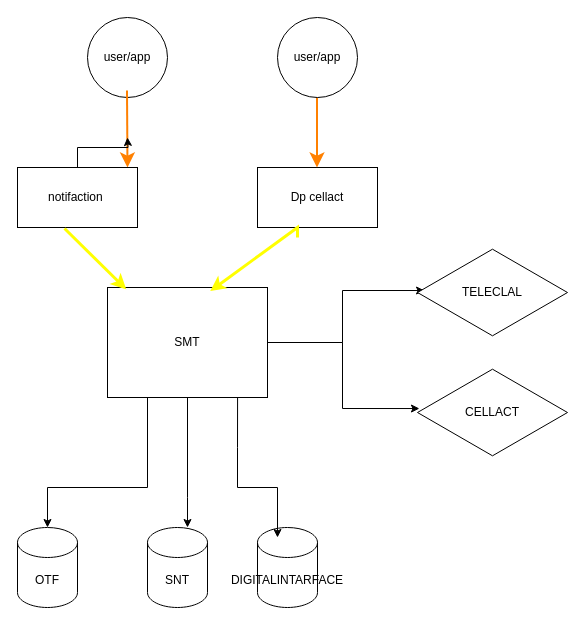
Before: Untitled Diagram.drawio in racheliWeiss/draw.io, a draw.io diagram. Source tidied: cells renumbered, new cells numbered last; positions are measured from the earlier drawing's top-left corner, leaving out a move shared by most shapes. Both pictures are drawn from the tidied source at 100%, with x=0, y=0 at pixel (17, 17).
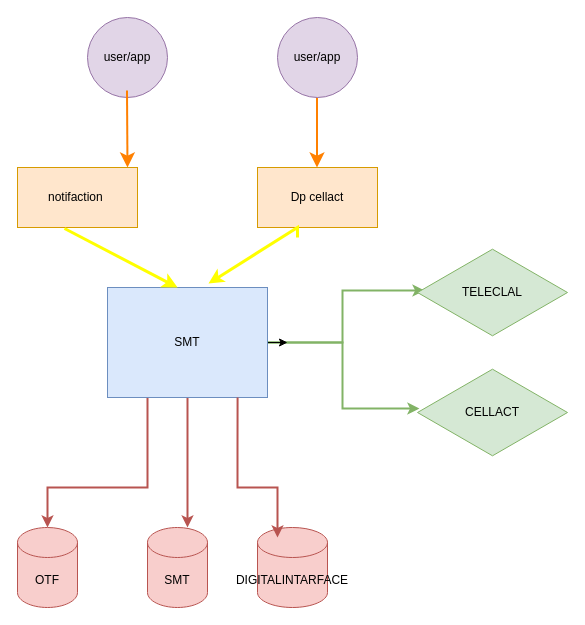
The same page after the edit.

What changed in the source:
```diff
@@
-    <mxCell id="2" value="OTF" style="shape=cylinder3;whiteSpace=wrap;html=1;boundedLbl=1;backgroundOutline=1;size=15;" parent="1" vertex="1">
+    <mxCell id="2" value="OTF" style="shape=cylinder3;whiteSpace=wrap;html=1;boundedLbl=1;backgroundOutline=1;size=15;fillColor=#f8cecc;strokeColor=#b85450;" parent="1" vertex="1">
       <mxGeometry y="510" width="60" height="80" as="geometry" />
     </mxCell>
-    <mxCell id="3" value="user/app" style="ellipse;whiteSpace=wrap;html=1;" parent="1" vertex="1">
+    <mxCell id="3" value="user/app" style="ellipse;whiteSpace=wrap;html=1;fillColor=#e1d5e7;strokeColor=#9673a6;" parent="1" vertex="1">
       <mxGeometry x="70" width="80" height="80" as="geometry" />
     </mxCell>
@@
-    <mxCell id="5" style="edgeStyle=orthogonalEdgeStyle;rounded=0;jettySize=auto;html=1;" parent="1" edge="1" source="6">
-      <mxGeometry relative="1" as="geometry">
-        <mxPoint x="110" y="120" as="targetPoint" />
-      </mxGeometry>
-    </mxCell>
-    <mxCell id="6" value="notifaction&amp;nbsp;" style="rounded=0;whiteSpace=wrap;html=1;" parent="1" vertex="1">
+    <mxCell id="6" value="notifaction&amp;nbsp;" style="rounded=0;whiteSpace=wrap;html=1;fillColor=#ffe6cc;strokeColor=#d79b00;" parent="1" vertex="1">
       <mxGeometry y="150" width="120" height="60" as="geometry" />
     </mxCell>
-    <mxCell id="7" value="Dp cellact" style="rounded=0;whiteSpace=wrap;html=1;" parent="1" vertex="1">
+    <mxCell id="7" value="Dp cellact" style="rounded=0;whiteSpace=wrap;html=1;fillColor=#ffe6cc;strokeColor=#d79b00;" parent="1" vertex="1">
       <mxGeometry x="240" y="150" width="120" height="60" as="geometry" />
     </mxCell>
@@
-    <mxCell id="9" style="edgeStyle=orthogonalEdgeStyle;rounded=0;jettySize=auto;html=1;entryX=0.013;entryY=0.456;entryDx=0;entryDy=0;entryPerimeter=0;" parent="1" edge="1" source="13" target="20">
+    <mxCell id="9" style="edgeStyle=orthogonalEdgeStyle;rounded=0;jettySize=auto;html=1;entryX=0.013;entryY=0.456;entryDx=0;entryDy=0;entryPerimeter=0;fillColor=#d5e8d4;gradientColor=#97d077;strokeColor=#82b366;strokeWidth=2;" parent="1" edge="1" source="13" target="20">
       <mxGeometry relative="1" as="geometry" />
     </mxCell>
-    <mxCell id="10" style="edgeStyle=orthogonalEdgeStyle;rounded=0;jettySize=auto;html=1;entryX=0.047;entryY=0.478;entryDx=0;entryDy=0;entryPerimeter=0;" parent="1" edge="1" source="13" target="19">
+    <mxCell id="10" style="edgeStyle=orthogonalEdgeStyle;rounded=0;jettySize=auto;html=1;entryX=0.047;entryY=0.478;entryDx=0;entryDy=0;entryPerimeter=0;fillColor=#d5e8d4;gradientColor=#97d077;strokeColor=#82b366;strokeWidth=2;" parent="1" edge="1" source="13" target="19">
       <mxGeometry relative="1" as="geometry" />
     </mxCell>
-    <mxCell id="11" style="edgeStyle=orthogonalEdgeStyle;rounded=0;jettySize=auto;html=1;exitX=0.25;exitY=1;exitDx=0;exitDy=0;entryX=0.5;entryY=0;entryDx=0;entryDy=0;entryPerimeter=0;" parent="1" edge="1" source="13" target="2">
+    <mxCell id="11" style="edgeStyle=orthogonalEdgeStyle;rounded=0;jettySize=auto;html=1;exitX=0.25;exitY=1;exitDx=0;exitDy=0;entryX=0.5;entryY=0;entryDx=0;entryDy=0;entryPerimeter=0;fillColor=#f8cecc;gradientColor=#ea6b66;strokeColor=#b85450;strokeWidth=2;" parent="1" edge="1" source="13" target="2">
       <mxGeometry relative="1" as="geometry">
         <Array as="points">
           <mxPoint x="130" y="470" />
           <mxPoint x="30" y="470" />
         </Array>
       </mxGeometry>
     </mxCell>
-    <mxCell id="12" style="edgeStyle=orthogonalEdgeStyle;rounded=0;jettySize=auto;html=1;exitX=0.5;exitY=1;exitDx=0;exitDy=0;" parent="1" edge="1" source="13" target="18">
+    <mxCell id="12" style="edgeStyle=orthogonalEdgeStyle;rounded=0;jettySize=auto;html=1;exitX=0.5;exitY=1;exitDx=0;exitDy=0;fillColor=#f8cecc;gradientColor=#ea6b66;strokeColor=#b85450;strokeWidth=2;" parent="1" edge="1" source="13" target="18">
       <mxGeometry relative="1" as="geometry">
         <Array as="points">
           <mxPoint x="170" y="480" />
           <mxPoint x="170" y="480" />
         </Array>
       </mxGeometry>
     </mxCell>
+    <mxCell id="22" style="edgeStyle=orthogonalEdgeStyle;rounded=0;jettySize=auto;html=1;" parent="1" edge="1" source="13">
+      <mxGeometry relative="1" as="geometry">
+        <mxPoint x="270" y="325" as="targetPoint" />
+      </mxGeometry>
+    </mxCell>
-    <mxCell id="13" value="SMT" style="rounded=0;whiteSpace=wrap;html=1;" parent="1" vertex="1">
+    <mxCell id="13" value="SMT" style="rounded=0;whiteSpace=wrap;html=1;fillColor=#dae8fc;strokeColor=#6c8ebf;" parent="1" vertex="1">
       <mxGeometry x="90" y="270" width="160" height="110" as="geometry" />
     </mxCell>
-    <mxCell id="14" style="endArrow=classic;html=1;rounded=0;exitX=0.392;exitY=1.017;exitDx=0;exitDy=0;exitPerimeter=0;entryX=0.117;entryY=0.017;entryDx=0;entryDy=0;entryPerimeter=0;strokeWidth=3;strokeColor=#FFFF00;" parent="1" edge="1" source="6" target="13">
+    <mxCell id="14" style="endArrow=classic;html=1;rounded=0;exitX=0.392;exitY=1.017;exitDx=0;exitDy=0;exitPerimeter=0;entryX=0.438;entryY=0;entryDx=0;entryDy=0;entryPerimeter=0;strokeWidth=3;strokeColor=#FFFF00;" parent="1" edge="1" source="6" target="13">
       <mxGeometry relative="1" as="geometry" />
     </mxCell>
-    <mxCell id="15" value="user/app" style="ellipse;whiteSpace=wrap;html=1;" parent="1" vertex="1">
+    <mxCell id="15" value="user/app" style="ellipse;whiteSpace=wrap;html=1;fillColor=#e1d5e7;strokeColor=#9673a6;" parent="1" vertex="1">
       <mxGeometry x="260" width="80" height="80" as="geometry" />
     </mxCell>
-    <mxCell id="16" style="endArrow=classic;html=1;rounded=0;entryX=0.642;entryY=0.033;entryDx=0;entryDy=0;entryPerimeter=0;strokeWidth=3;strokeColor=#FFFF00;" parent="1" edge="1" target="13">
+    <mxCell id="16" style="endArrow=classic;html=1;rounded=0;entryX=0.631;entryY=-0.036;entryDx=0;entryDy=0;entryPerimeter=0;strokeWidth=3;strokeColor=#FFFF00;" parent="1" edge="1" target="13">
       <mxGeometry relative="1" as="geometry">
         <mxPoint x="280" y="220" as="sourcePoint" />
         <Array as="points">
           <mxPoint x="280" y="210" />
         </Array>
       </mxGeometry>
     </mxCell>
-    <mxCell id="17" value="DIGITALINTARFACE" style="shape=cylinder3;whiteSpace=wrap;html=1;boundedLbl=1;backgroundOutline=1;size=15;" parent="1" vertex="1">
-      <mxGeometry x="240" y="510" width="60" height="80" as="geometry" />
+    <mxCell id="17" value="DIGITALINTARFACE" style="shape=cylinder3;whiteSpace=wrap;html=1;boundedLbl=1;backgroundOutline=1;size=15;fillColor=#f8cecc;strokeColor=#b85450;" parent="1" vertex="1">
+      <mxGeometry x="240" y="510" width="70" height="80" as="geometry" />
     </mxCell>
-    <mxCell id="18" value="SNT" style="shape=cylinder3;whiteSpace=wrap;html=1;boundedLbl=1;backgroundOutline=1;size=15;" parent="1" vertex="1">
+    <mxCell id="18" value="SMT" style="shape=cylinder3;whiteSpace=wrap;html=1;boundedLbl=1;backgroundOutline=1;size=15;fillColor=#f8cecc;strokeColor=#b85450;" parent="1" vertex="1">
       <mxGeometry x="130" y="510" width="60" height="80" as="geometry" />
     </mxCell>
-    <mxCell id="19" value="TELECLAL" style="html=1;whiteSpace=wrap;shape=isoRectangle;" parent="1" vertex="1">
+    <mxCell id="19" value="TELECLAL" style="html=1;whiteSpace=wrap;shape=isoRectangle;fillColor=#d5e8d4;strokeColor=#82b366;" parent="1" vertex="1">
       <mxGeometry x="400" y="230" width="150" height="90" as="geometry" />
     </mxCell>
-    <mxCell id="20" value="CELLACT" style="html=1;whiteSpace=wrap;shape=isoRectangle;" parent="1" vertex="1">
+    <mxCell id="20" value="CELLACT" style="html=1;whiteSpace=wrap;shape=isoRectangle;fillColor=#d5e8d4;strokeColor=#82b366;" parent="1" vertex="1">
       <mxGeometry x="400" y="350" width="150" height="90" as="geometry" />
     </mxCell>
-    <mxCell id="21" style="endArrow=classic;html=1;rounded=0;exitX=0.813;exitY=1;exitDx=0;exitDy=0;exitPerimeter=0;" parent="1" edge="1" source="13">
+    <mxCell id="21" style="endArrow=classic;html=1;rounded=0;exitX=0.813;exitY=1;exitDx=0;exitDy=0;exitPerimeter=0;fillColor=#f8cecc;strokeColor=#b85450;gradientColor=#ea6b66;strokeWidth=2;" parent="1" edge="1" source="13">
       <mxGeometry relative="1" as="geometry">
         <mxPoint x="260" y="520" as="targetPoint" />
         <Array as="points">
           <mxPoint x="220" y="430" />
           <mxPoint x="220" y="470" />
           <mxPoint x="260" y="470" />
         </Array>
       </mxGeometry>
     </mxCell>
```
